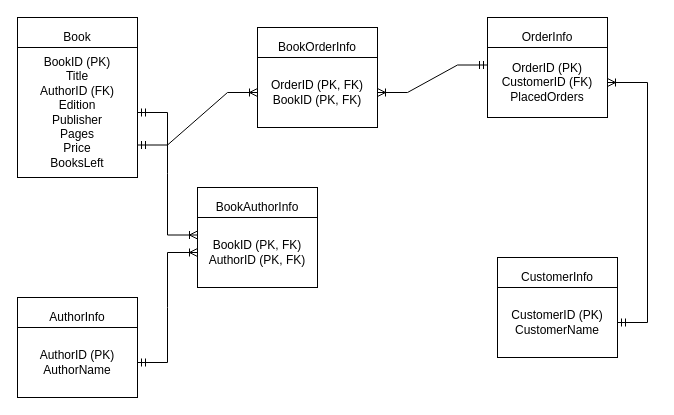
raufrasulzada/dbs-as2 keeps this draw.io diagram as ERD.drawio. Above is the earlier version. Source tidied: cells renumbered, new cells numbered last; positions are measured from the earlier drawing's top-left corner, leaving out a move shared by most shapes. Both pictures are drawn from the tidied source at 100%, with x=0, y=0 at pixel (17, 17).
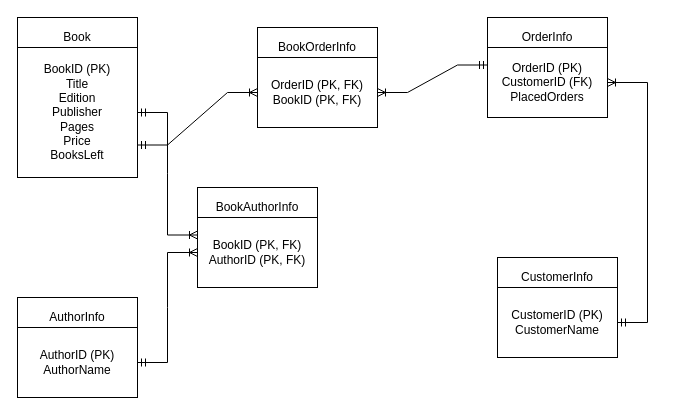
The same diagram, later.

Change to the diagram source:
```diff
@@
 <mxGraphModel>
   <root>
     <mxCell id="0" />
     <mxCell id="1" parent="0" />
     <mxCell id="2" value="Book" style="rounded=0;whiteSpace=wrap;html=1;" parent="1" vertex="1">
       <mxGeometry width="120" height="40" as="geometry" />
     </mxCell>
-    <mxCell id="3" value="BookID (PK)&lt;br&gt;Title&lt;br&gt;AuthorID (FK)&lt;br&gt;Edition&lt;br&gt;Publisher&lt;br&gt;Pages&lt;br&gt;Price&lt;br&gt;BooksLeft" style="rounded=0;whiteSpace=wrap;html=1;" parent="1" vertex="1">
+    <mxCell id="3" value="BookID (PK)&lt;br&gt;Title&lt;br&gt;Edition&lt;br&gt;Publisher&lt;br&gt;Pages&lt;br&gt;Price&lt;br&gt;BooksLeft" style="rounded=0;whiteSpace=wrap;html=1;" parent="1" vertex="1">
       <mxGeometry y="30" width="120" height="130" as="geometry" />
     </mxCell>
     <mxCell id="4" value="OrderInfo" style="rounded=0;whiteSpace=wrap;html=1;" parent="1" vertex="1">
       <mxGeometry x="470" width="120" height="40" as="geometry" />
     </mxCell>
     <mxCell id="5" value="OrderID (PK)&lt;br&gt;CustomerID (FK)&lt;br&gt;PlacedOrders" style="rounded=0;whiteSpace=wrap;html=1;" parent="1" vertex="1">
       <mxGeometry x="470" y="30" width="120" height="70" as="geometry" />
     </mxCell>
     <mxCell id="6" value="AuthorInfo" style="rounded=0;whiteSpace=wrap;html=1;" parent="1" vertex="1">
       <mxGeometry y="280" width="120" height="40" as="geometry" />
     </mxCell>
     <mxCell id="7" value="AuthorID (PK)&lt;br&gt;AuthorName" style="rounded=0;whiteSpace=wrap;html=1;" parent="1" vertex="1">
       <mxGeometry y="310" width="120" height="70" as="geometry" />
     </mxCell>
     <mxCell id="8" value="CustomerInfo" style="rounded=0;whiteSpace=wrap;html=1;" parent="1" vertex="1">
       <mxGeometry x="480" y="240" width="120" height="40" as="geometry" />
     </mxCell>
     <mxCell id="9" value="CustomerID (PK)&lt;br&gt;CustomerName" style="rounded=0;whiteSpace=wrap;html=1;" parent="1" vertex="1">
       <mxGeometry x="480" y="270" width="120" height="70" as="geometry" />
     </mxCell>
     <mxCell id="10" value="BookOrderInfo" style="rounded=0;whiteSpace=wrap;html=1;" parent="1" vertex="1">
       <mxGeometry x="240" y="10" width="120" height="40" as="geometry" />
     </mxCell>
     <mxCell id="11" value="OrderID (PK, FK)&lt;br&gt;BookID (PK, FK)" style="rounded=0;whiteSpace=wrap;html=1;" parent="1" vertex="1">
       <mxGeometry x="240" y="40" width="120" height="70" as="geometry" />
     </mxCell>
     <mxCell id="12" style="edgeStyle=entityRelationEdgeStyle;fontSize=12;html=1;endArrow=ERoneToMany;startArrow=ERmandOne;rounded=0;entryX=0;entryY=0.5;entryDx=0;entryDy=0;exitX=1;exitY=0.75;exitDx=0;exitDy=0;" parent="1" edge="1" source="3" target="11">
       <mxGeometry relative="1" as="geometry" />
     </mxCell>
     <mxCell id="13" style="edgeStyle=entityRelationEdgeStyle;fontSize=12;html=1;endArrow=ERoneToMany;startArrow=ERmandOne;rounded=0;entryX=1;entryY=0.5;entryDx=0;entryDy=0;exitX=0;exitY=0.25;exitDx=0;exitDy=0;" parent="1" edge="1" source="5" target="11">
       <mxGeometry relative="1" as="geometry" />
     </mxCell>
     <mxCell id="14" style="edgeStyle=entityRelationEdgeStyle;fontSize=12;html=1;endArrow=ERoneToMany;startArrow=ERmandOne;rounded=0;" parent="1" edge="1" source="9" target="5">
       <mxGeometry relative="1" as="geometry" />
     </mxCell>
     <mxCell id="15" value="BookAuthorInfo" style="rounded=0;whiteSpace=wrap;html=1;" parent="1" vertex="1">
       <mxGeometry x="180" y="170" width="120" height="40" as="geometry" />
     </mxCell>
     <mxCell id="16" value="BookID (PK, FK)&lt;br&gt;AuthorID (PK, FK)" style="rounded=0;whiteSpace=wrap;html=1;" parent="1" vertex="1">
       <mxGeometry x="180" y="200" width="120" height="70" as="geometry" />
     </mxCell>
     <mxCell id="17" style="edgeStyle=entityRelationEdgeStyle;fontSize=12;html=1;endArrow=ERoneToMany;startArrow=ERmandOne;rounded=0;entryX=0;entryY=0.5;entryDx=0;entryDy=0;exitX=1;exitY=0.5;exitDx=0;exitDy=0;" parent="1" edge="1" source="7" target="16">
       <mxGeometry relative="1" as="geometry" />
     </mxCell>
     <mxCell id="18" style="edgeStyle=entityRelationEdgeStyle;fontSize=12;html=1;endArrow=ERoneToMany;startArrow=ERmandOne;rounded=0;entryX=0;entryY=0.25;entryDx=0;entryDy=0;exitX=1;exitY=0.5;exitDx=0;exitDy=0;" parent="1" edge="1" source="3" target="16">
       <mxGeometry relative="1" as="geometry" />
     </mxCell>
   </root>
 </mxGraphModel>
```
